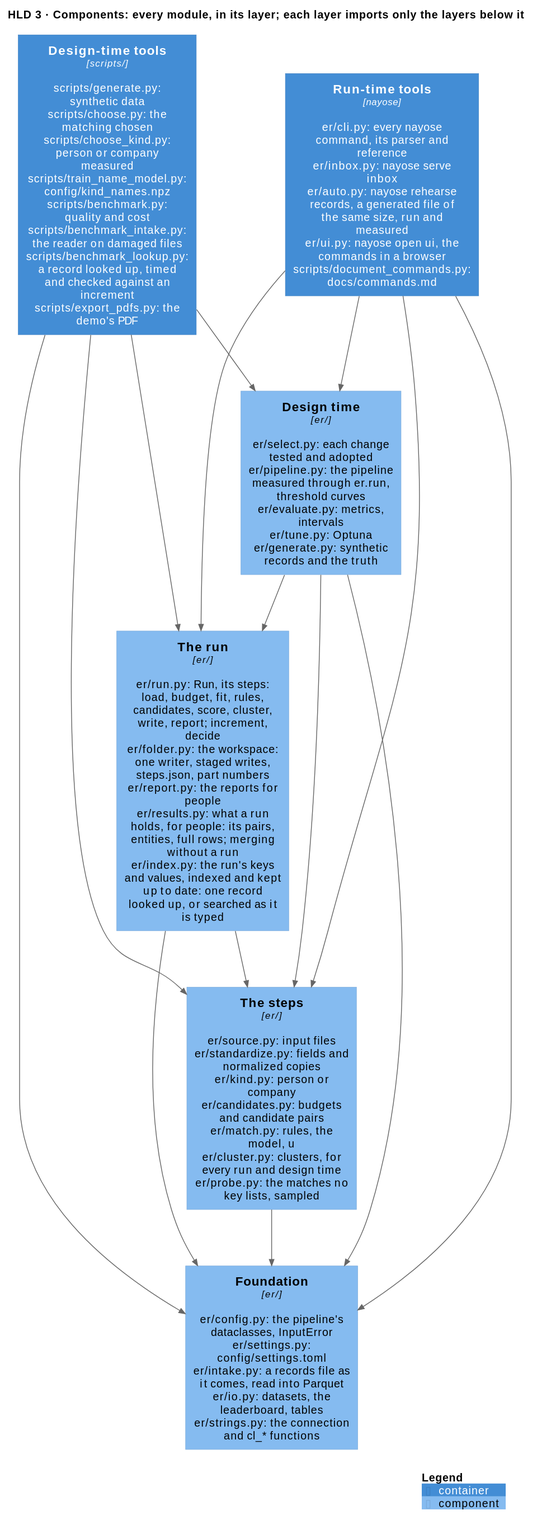
The PlantUML diagram docs/diagrams/components.svg in mvsbm/entity_matching, before a commit.
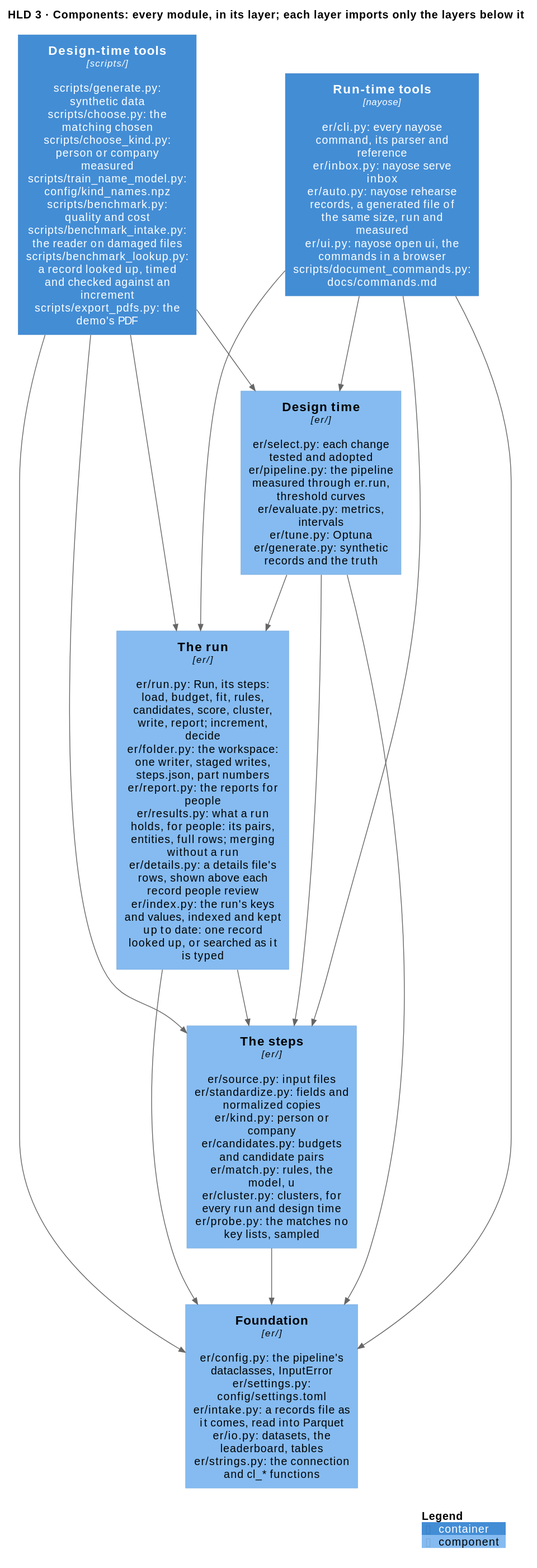
Above is the later version.

Commit message:
A details file shown above each record people review: load details, set details, show details

Diff of the diagram source:
```diff
@@ -7,7 +7,7 @@
 Container(tools_run, "Run-time tools", "nayose", "er/cli.py: every nayose command, its parser and reference\ner/inbox.py: nayose serve inbox\ner/auto.py: nayose rehearse records, a generated file of the same size, run and measured\ner/ui.py: nayose open ui, the commands in a browser\nscripts/document_commands.py: docs/commands.md")
 Container(tools_design, "Design-time tools", "scripts/", "scripts/generate.py: synthetic data\nscripts/choose.py: the matching chosen\nscripts/choose_kind.py: person or company measured\nscripts/train_name_model.py: config/kind_names.npz\nscripts/benchmark.py: quality and cost\nscripts/benchmark_intake.py: the reader on damaged files\nscripts/benchmark_lookup.py: a record looked up, timed and checked against an increment\nscripts/export_pdfs.py: the demo's PDF")
 
-Component(run, "The run", "er/", "er/run.py: Run, its steps: load, budget, fit, rules, candidates, score, cluster, write, report; increment, decide\ner/folder.py: the workspace: one writer, staged writes, steps.json, part numbers\ner/report.py: the reports for people\ner/results.py: what a run holds, for people: its pairs, entities, full rows; merging without a run\ner/index.py: the run's keys and values, indexed and kept up to date: one record looked up, or searched as it is typed")
+Component(run, "The run", "er/", "er/run.py: Run, its steps: load, budget, fit, rules, candidates, score, cluster, write, report; increment, decide\ner/folder.py: the workspace: one writer, staged writes, steps.json, part numbers\ner/report.py: the reports for people\ner/results.py: what a run holds, for people: its pairs, entities, full rows; merging without a run\ner/details.py: a details file's rows, shown above each record people review\ner/index.py: the run's keys and values, indexed and kept up to date: one record looked up, or searched as it is typed")
 Component(design, "Design time", "er/", "er/select.py: each change tested and adopted\ner/pipeline.py: the pipeline measured through er.run, threshold curves\ner/evaluate.py: metrics, intervals\ner/tune.py: Optuna\ner/generate.py: synthetic records and the truth")
 Component(steps, "The steps", "er/", "er/source.py: input files\ner/standardize.py: fields and normalized copies\ner/kind.py: person or company\ner/candidates.py: budgets and candidate pairs\ner/match.py: rules, the model, u\ner/cluster.py: clusters, for every run and design time\ner/probe.py: the matches no key lists, sampled")
 Component(configuration, "Foundation", "er/", "er/config.py: the pipeline's dataclasses, InputError\ner/settings.py: config/settings.toml\ner/intake.py: a records file as it comes, read into Parquet\ner/io.py: datasets, the leaderboard, tables\ner/strings.py: the connection and cl_* functions")
```
